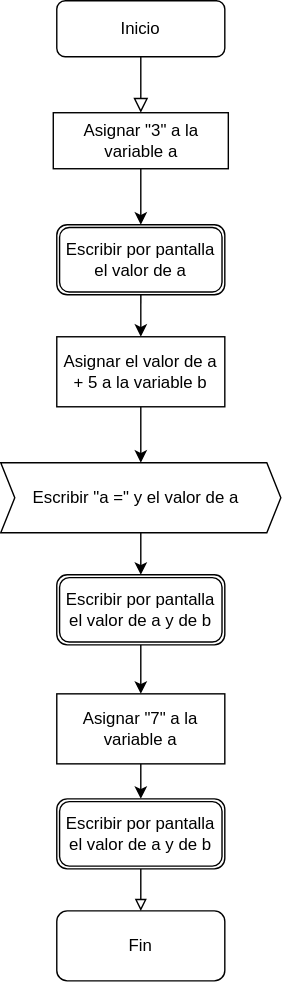
The draw.io diagram 1.flowchart.drawio.svg in PedroLopezG/T2, before a commit. Source tidied: cells renumbered, new cells last; positions are measured from the earlier drawing's top-left corner, leaving out a move shared by most shapes.
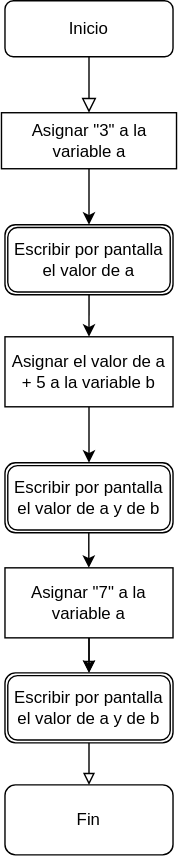
The same file after the commit.

The edit, as a diff of the source:
```diff
@@ -11,7 +11,7 @@
       <mxGeometry x="40" width="120" height="40" as="geometry" />
     </mxCell>
     <mxCell id="4" value="Fin" style="rounded=1;whiteSpace=wrap;html=1;fontSize=12;glass=0;strokeWidth=1;shadow=0;" parent="1" vertex="1">
-      <mxGeometry x="40" y="650" width="120" height="50" as="geometry" />
+      <mxGeometry x="40" y="560" width="120" height="50" as="geometry" />
     </mxCell>
     <mxCell id="5" style="edgeStyle=orthogonalEdgeStyle;rounded=0;jettySize=auto;html=1;strokeColor=#000000;" parent="1" edge="1" source="6">
       <mxGeometry relative="1" as="geometry">
@@ -27,38 +27,38 @@
         <mxPoint x="100" y="240" as="targetPoint" />
       </mxGeometry>
     </mxCell>
-    <mxCell id="8" style="edgeStyle=orthogonalEdgeStyle;rounded=0;jettySize=auto;html=1;strokeColor=#000000;" parent="1" edge="1" source="9" target="11">
-      <mxGeometry relative="1" as="geometry" />
-    </mxCell>
+    <mxCell id="19" style="edgeStyle=orthogonalEdgeStyle;rounded=0;jettySize=auto;html=1;endArrow=classic;endFill=1;strokeColor=#000000;entryX=0.5;entryY=0;entryDx=0;entryDy=0;" parent="1" edge="1" source="9" target="14">
+      <mxGeometry relative="1" as="geometry" />
+    </mxCell>
     <mxCell id="9" value="Asignar el valor de a + 5 a la variable b" style="whiteSpace=wrap;html=1;" parent="1" vertex="1">
       <mxGeometry x="40" y="240" width="120" height="50" as="geometry" />
     </mxCell>
-    <mxCell id="10" style="edgeStyle=orthogonalEdgeStyle;rounded=0;jettySize=auto;html=1;strokeColor=#000000;" parent="1" edge="1" source="11" target="14">
-      <mxGeometry relative="1" as="geometry" />
-    </mxCell>
-    <mxCell id="11" value="Escribir &quot;a =&quot; y el valor de a&amp;nbsp;&amp;nbsp;" style="shape=step;perimeter=stepPerimeter;whiteSpace=wrap;html=1;fixedSize=1;size=10;" parent="1" vertex="1">
-      <mxGeometry y="330" width="200" height="50" as="geometry" />
-    </mxCell>
     <mxCell id="12" value="&lt;span&gt;Escribir por pantalla el valor de a&lt;/span&gt;" style="shape=ext;double=1;rounded=1;whiteSpace=wrap;html=1;" parent="1" vertex="1">
       <mxGeometry x="40" y="160" width="120" height="50" as="geometry" />
     </mxCell>
-    <mxCell id="13" style="edgeStyle=orthogonalEdgeStyle;rounded=0;jettySize=auto;html=1;strokeColor=#000000;" parent="1" edge="1" source="14" target="16">
-      <mxGeometry relative="1" as="geometry" />
-    </mxCell>
     <mxCell id="14" value="&lt;span&gt;Escribir por pantalla el valor de a y de b&lt;/span&gt;" style="shape=ext;double=1;rounded=1;whiteSpace=wrap;html=1;" parent="1" vertex="1">
-      <mxGeometry x="40" y="410" width="120" height="50" as="geometry" />
+      <mxGeometry x="40" y="330" width="120" height="50" as="geometry" />
     </mxCell>
     <mxCell id="15" style="edgeStyle=orthogonalEdgeStyle;rounded=0;jettySize=auto;html=1;strokeColor=#000000;" parent="1" edge="1" source="16" target="18">
       <mxGeometry relative="1" as="geometry" />
     </mxCell>
+    <mxCell id="20" style="edgeStyle=orthogonalEdgeStyle;rounded=0;jettySize=auto;html=1;endArrow=block;endFill=0;strokeColor=#000000;" parent="1" edge="1" source="16" target="18">
+      <mxGeometry relative="1" as="geometry" />
+    </mxCell>
     <mxCell id="16" value="Asignar &quot;7&quot; a la variable a" style="whiteSpace=wrap;html=1;" parent="1" vertex="1">
-      <mxGeometry x="40" y="495" width="120" height="50" as="geometry" />
+      <mxGeometry x="40" y="405" width="120" height="50" as="geometry" />
     </mxCell>
     <mxCell id="17" style="edgeStyle=orthogonalEdgeStyle;rounded=0;jettySize=auto;html=1;strokeColor=#000000;endArrow=block;endFill=0;" parent="1" edge="1" source="18" target="4">
       <mxGeometry relative="1" as="geometry" />
     </mxCell>
     <mxCell id="18" value="&lt;span&gt;Escribir por pantalla el valor de a y de b&lt;/span&gt;" style="shape=ext;double=1;rounded=1;whiteSpace=wrap;html=1;" parent="1" vertex="1">
-      <mxGeometry x="40" y="570" width="120" height="50" as="geometry" />
+      <mxGeometry x="40" y="480" width="120" height="50" as="geometry" />
     </mxCell>
+    <mxCell id="21" style="edgeStyle=orthogonalEdgeStyle;rounded=0;orthogonalLoop=1;jettySize=auto;html=1;endArrow=classic;endFill=1;strokeColor=#000000;" parent="1" edge="1">
+      <mxGeometry relative="1" as="geometry">
+        <mxPoint x="99.9" y="380" as="sourcePoint" />
+        <mxPoint x="99.9" y="405" as="targetPoint" />
+      </mxGeometry>
+    </mxCell>
   </root>
 </mxGraphModel>
```
